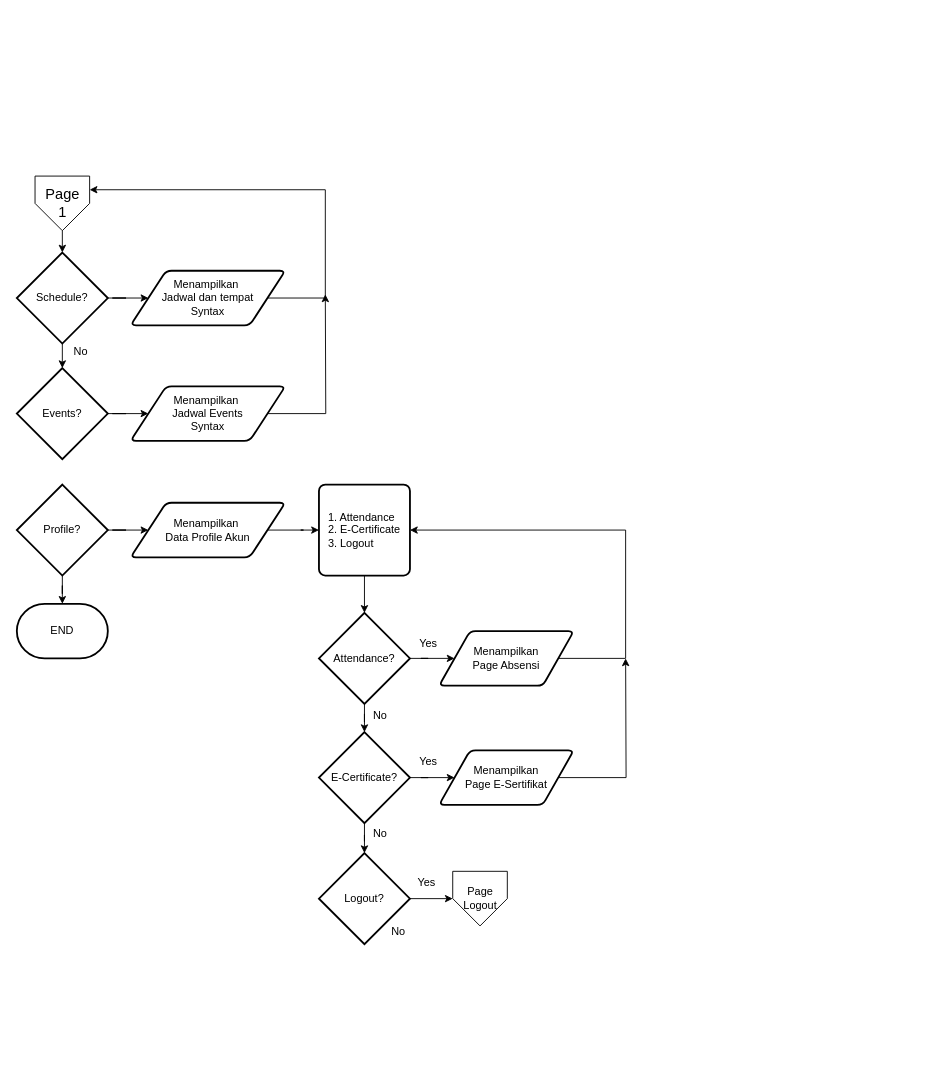
Earlier version of the draw.io diagram PG4.drawio (dapzz-id/DrawIO). Source tidied: cells renumbered, new cells numbered last; positions are measured from the earlier drawing's top-left corner, leaving out a move shared by most shapes. Both pictures are drawn from the tidied source at 91%, with x=0, y=0 at pixel (16, 176).
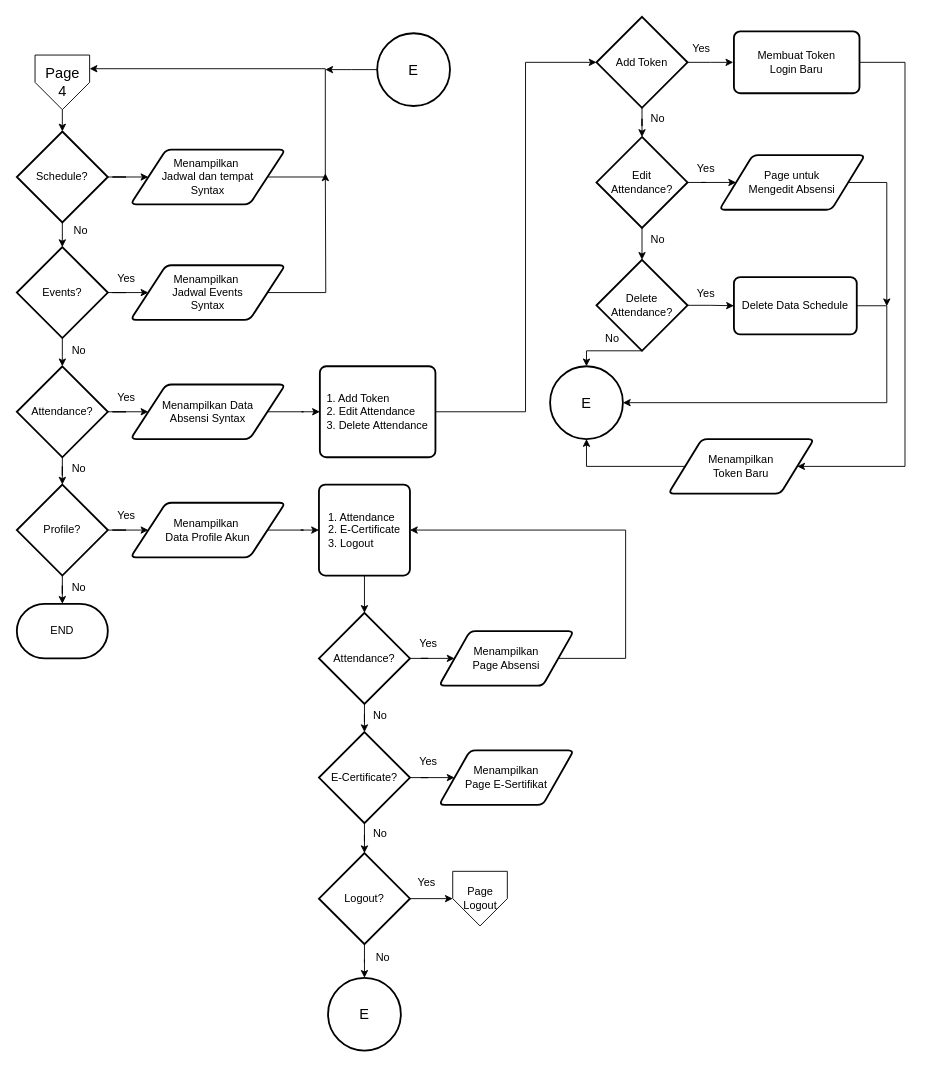
The same page after the edit.

The change refers to these unchanged cells:
```xml
<mxCell id="11" value="Profile?" style="strokeWidth=2;html=1;shape=mxgraph.flowchart.decision;whiteSpace=wrap;" parent="1" vertex="1">
  <mxGeometry y="339" width="100" height="100" as="geometry" />
</mxCell>
<mxCell id="32" value="Menampilkan&lt;div&gt;Page E-Sertifikat&lt;/div&gt;" style="shape=parallelogram;html=1;strokeWidth=2;perimeter=parallelogramPerimeter;whiteSpace=wrap;rounded=1;arcSize=12;size=0.23;" parent="1" vertex="1">
  <mxGeometry x="464" y="631" width="148" height="60" as="geometry" />
</mxCell>
<mxCell id="35" value="Logout?" style="strokeWidth=2;html=1;shape=mxgraph.flowchart.decision;whiteSpace=wrap;" parent="1" vertex="1">
  <mxGeometry x="332" y="744" width="100" height="100" as="geometry" />
</mxCell>
```

Change to the diagram source:
```diff
@@
-    <mxCell id="2" value="&lt;font style=&quot;font-size: 16px;&quot;&gt;Page&lt;/font&gt;&lt;div&gt;&lt;font style=&quot;font-size: 16px;&quot;&gt;1&lt;/font&gt;&lt;/div&gt;" style="verticalLabelPosition=middle;verticalAlign=middle;html=1;shape=offPageConnector;rounded=0;size=0.5;labelPosition=center;align=center;" parent="1" vertex="1">
-      <mxGeometry x="20" width="60" height="60" as="geometry" />
+    <mxCell id="2" value="&lt;font style=&quot;font-size: 16px;&quot;&gt;Page&lt;/font&gt;&lt;div&gt;&lt;span style=&quot;font-size: 16px;&quot;&gt;4&lt;/span&gt;&lt;/div&gt;" style="verticalLabelPosition=middle;verticalAlign=middle;html=1;shape=offPageConnector;rounded=0;size=0.5;labelPosition=center;align=center;" parent="1" vertex="1">
+      <mxGeometry x="20" y="-133" width="60" height="60" as="geometry" />
     </mxCell>
@@
     <mxCell id="4" value="Schedule?" style="strokeWidth=2;html=1;shape=mxgraph.flowchart.decision;whiteSpace=wrap;" parent="1" vertex="1">
-      <mxGeometry y="84" width="100" height="100" as="geometry" />
+      <mxGeometry y="-49" width="100" height="100" as="geometry" />
     </mxCell>
@@
+    <mxCell id="41" style="edgeStyle=orthogonalEdgeStyle;rounded=0;jettySize=auto;html=1;" parent="1" edge="1" source="7">
+      <mxGeometry relative="1" as="geometry">
+        <mxPoint x="50" y="209" as="targetPoint" />
+      </mxGeometry>
+    </mxCell>
     <mxCell id="7" value="Events?" style="strokeWidth=2;html=1;shape=mxgraph.flowchart.decision;whiteSpace=wrap;" parent="1" vertex="1">
-      <mxGeometry y="211" width="100" height="100" as="geometry" />
+      <mxGeometry y="78" width="100" height="100" as="geometry" />
     </mxCell>
@@
     <mxCell id="12" value="No" style="text;html=1;align=center;verticalAlign=middle;strokeColor=none;fillColor=none;" parent="1" vertex="1">
-      <mxGeometry x="50" y="178" width="40" height="30" as="geometry" />
+      <mxGeometry x="50" y="45" width="40" height="30" as="geometry" />
     </mxCell>
     <mxCell id="13" style="edgeStyle=orthogonalEdgeStyle;rounded=0;jettySize=auto;html=1;exitX=1;exitY=0.5;exitDx=0;exitDy=0;entryX=1;entryY=0.25;entryDx=0;entryDy=0;" parent="1" edge="1" source="14" target="2">
       <mxGeometry relative="1" as="geometry">
         <Array as="points">
-          <mxPoint x="339" y="134" />
-          <mxPoint x="339" y="15" />
+          <mxPoint x="339" y="1" />
+          <mxPoint x="339" y="-118" />
         </Array>
       </mxGeometry>
     </mxCell>
     <mxCell id="14" value="Menampilkan&amp;nbsp;&lt;div&gt;Jadwal dan tempat&lt;div&gt;Syntax&lt;/div&gt;&lt;/div&gt;" style="shape=parallelogram;html=1;strokeWidth=2;perimeter=parallelogramPerimeter;whiteSpace=wrap;rounded=1;arcSize=12;size=0.23;" parent="1" vertex="1">
-      <mxGeometry x="125" y="104" width="170" height="60" as="geometry" />
+      <mxGeometry x="125" y="-29" width="170" height="60" as="geometry" />
     </mxCell>
     <mxCell id="15" style="edgeStyle=orthogonalEdgeStyle;rounded=0;jettySize=auto;html=1;exitX=1;exitY=0.5;exitDx=0;exitDy=0;" parent="1" edge="1" source="16">
       <mxGeometry relative="1" as="geometry">
-        <mxPoint x="339" y="130" as="targetPoint" />
+        <mxPoint x="339" y="-3" as="targetPoint" />
       </mxGeometry>
     </mxCell>
     <mxCell id="16" value="Menampilkan&amp;nbsp;&lt;div&gt;Jadwal Events&lt;div&gt;Syntax&lt;/div&gt;&lt;/div&gt;" style="shape=parallelogram;html=1;strokeWidth=2;perimeter=parallelogramPerimeter;whiteSpace=wrap;rounded=1;arcSize=12;size=0.23;" parent="1" vertex="1">
-      <mxGeometry x="125" y="231" width="170" height="60" as="geometry" />
+      <mxGeometry x="125" y="98" width="170" height="60" as="geometry" />
     </mxCell>
@@
-    <mxCell id="31" style="edgeStyle=orthogonalEdgeStyle;rounded=0;jettySize=auto;html=1;exitX=1;exitY=0.5;exitDx=0;exitDy=0;" parent="1" edge="1" source="32">
-      <mxGeometry relative="1" as="geometry">
-        <mxPoint x="669" y="530" as="targetPoint" />
-      </mxGeometry>
-    </mxCell>
@@
+    <mxCell id="42" style="edgeStyle=orthogonalEdgeStyle;rounded=0;jettySize=auto;html=1;" parent="1" edge="1" source="35" target="82">
+      <mxGeometry relative="1" as="geometry" />
+    </mxCell>
@@
     <mxCell id="36" value="No" style="text;html=1;align=center;verticalAlign=middle;strokeColor=none;fillColor=none;" parent="1" vertex="1">
-      <mxGeometry x="399" y="815" width="40" height="30" as="geometry" />
+      <mxGeometry x="382" y="844" width="40" height="30" as="geometry" />
     </mxCell>
@@
+    <mxCell id="43" value="Yes" style="text;html=1;align=center;verticalAlign=middle;strokeColor=none;fillColor=none;" parent="1" vertex="1">
+      <mxGeometry x="100" y="98" width="40" height="30" as="geometry" />
+    </mxCell>
+    <mxCell id="44" value="No" style="text;html=1;align=center;verticalAlign=middle;strokeColor=none;fillColor=none;" parent="1" vertex="1">
+      <mxGeometry x="48" y="177" width="40" height="30" as="geometry" />
+    </mxCell>
+    <mxCell id="45" style="edgeStyle=orthogonalEdgeStyle;rounded=0;jettySize=auto;html=1;" parent="1" edge="1" source="47" target="49">
+      <mxGeometry relative="1" as="geometry" />
+    </mxCell>
+    <mxCell id="46" style="edgeStyle=orthogonalEdgeStyle;rounded=0;jettySize=auto;html=1;" parent="1" edge="1" source="47" target="11">
+      <mxGeometry relative="1" as="geometry" />
+    </mxCell>
+    <mxCell id="47" value="Attendance?" style="strokeWidth=2;html=1;shape=mxgraph.flowchart.decision;whiteSpace=wrap;" parent="1" vertex="1">
+      <mxGeometry y="209" width="100" height="100" as="geometry" />
+    </mxCell>
+    <mxCell id="48" style="edgeStyle=orthogonalEdgeStyle;rounded=0;jettySize=auto;html=1;" parent="1" edge="1" source="49" target="50">
+      <mxGeometry relative="1" as="geometry" />
+    </mxCell>
+    <mxCell id="49" value="Menampilkan Data&lt;div&gt;&lt;span style=&quot;background-color: initial;&quot;&gt;Absensi Syntax&lt;/span&gt;&lt;/div&gt;" style="shape=parallelogram;html=1;strokeWidth=2;perimeter=parallelogramPerimeter;whiteSpace=wrap;rounded=1;arcSize=12;size=0.23;" parent="1" vertex="1">
+      <mxGeometry x="125" y="229" width="170" height="60" as="geometry" />
+    </mxCell>
+    <mxCell id="50" value="&lt;div style=&quot;text-align: justify;&quot;&gt;&lt;span style=&quot;background-color: initial;&quot;&gt;1. Add Token&lt;/span&gt;&lt;/div&gt;&lt;div style=&quot;text-align: justify;&quot;&gt;2. Edit Attendance&lt;/div&gt;&lt;div style=&quot;text-align: justify;&quot;&gt;3. Delete Attendance&lt;/div&gt;" style="rounded=1;whiteSpace=wrap;html=1;absoluteArcSize=1;arcSize=14;strokeWidth=2;align=center;" parent="1" vertex="1">
+      <mxGeometry x="333" y="209" width="127" height="100" as="geometry" />
+    </mxCell>
+    <mxCell id="51" value="Yes" style="text;html=1;align=center;verticalAlign=middle;strokeColor=none;fillColor=none;" parent="1" vertex="1">
+      <mxGeometry x="100" y="229" width="40" height="30" as="geometry" />
+    </mxCell>
+    <mxCell id="52" style="edgeStyle=orthogonalEdgeStyle;rounded=0;jettySize=auto;html=1;" parent="1" edge="1" source="54">
+      <mxGeometry relative="1" as="geometry">
+        <mxPoint x="787.3" y="-125" as="targetPoint" />
+      </mxGeometry>
+    </mxCell>
+    <mxCell id="53" style="edgeStyle=orthogonalEdgeStyle;rounded=0;jettySize=auto;html=1;" parent="1" edge="1" source="54" target="65">
+      <mxGeometry relative="1" as="geometry" />
+    </mxCell>
+    <mxCell id="54" value="Add Token" style="strokeWidth=2;html=1;shape=mxgraph.flowchart.decision;whiteSpace=wrap;" parent="1" vertex="1">
+      <mxGeometry x="637" y="-175" width="100" height="100" as="geometry" />
+    </mxCell>
+    <mxCell id="55" value="Yes" style="text;html=1;align=center;verticalAlign=middle;strokeColor=none;fillColor=none;" parent="1" vertex="1">
+      <mxGeometry x="732" y="-155" width="40" height="30" as="geometry" />
+    </mxCell>
+    <mxCell id="56" style="edgeStyle=orthogonalEdgeStyle;rounded=0;jettySize=auto;html=1;" parent="1" edge="1" source="58" target="60">
+      <mxGeometry relative="1" as="geometry" />
+    </mxCell>
+    <mxCell id="57" style="edgeStyle=orthogonalEdgeStyle;rounded=0;jettySize=auto;html=1;exitX=0.5;exitY=1;exitDx=0;exitDy=0;exitPerimeter=0;entryX=0.5;entryY=0;entryDx=0;entryDy=0;" parent="1" edge="1" source="58" target="74">
+      <mxGeometry relative="1" as="geometry">
+        <Array as="points">
+          <mxPoint x="626" y="192" />
+        </Array>
+      </mxGeometry>
+    </mxCell>
+    <mxCell id="58" value="Delete&lt;div&gt;Attendance?&lt;/div&gt;" style="strokeWidth=2;html=1;shape=mxgraph.flowchart.decision;whiteSpace=wrap;" parent="1" vertex="1">
+      <mxGeometry x="637" y="92" width="100" height="100" as="geometry" />
+    </mxCell>
+    <mxCell id="59" style="edgeStyle=orthogonalEdgeStyle;rounded=0;jettySize=auto;html=1;exitX=1;exitY=0.5;exitDx=0;exitDy=0;entryX=1;entryY=0.5;entryDx=0;entryDy=0;" parent="1" edge="1" source="60" target="74">
+      <mxGeometry relative="1" as="geometry">
+        <Array as="points">
+          <mxPoint x="956" y="143" />
+          <mxPoint x="956" y="249" />
+        </Array>
+      </mxGeometry>
+    </mxCell>
+    <mxCell id="60" value="Delete Data Schedule" style="rounded=1;whiteSpace=wrap;html=1;absoluteArcSize=1;arcSize=14;strokeWidth=2;" parent="1" vertex="1">
+      <mxGeometry x="788" y="111" width="135" height="63" as="geometry" />
+    </mxCell>
+    <mxCell id="61" value="Yes" style="text;html=1;align=center;verticalAlign=middle;strokeColor=none;fillColor=none;" parent="1" vertex="1">
+      <mxGeometry x="737" y="114" width="40" height="30" as="geometry" />
+    </mxCell>
+    <mxCell id="62" style="edgeStyle=orthogonalEdgeStyle;rounded=0;jettySize=auto;html=1;exitX=1;exitY=0.5;exitDx=0;exitDy=0;entryX=1;entryY=0.5;entryDx=0;entryDy=0;" parent="1" edge="1" source="63" target="73">
+      <mxGeometry relative="1" as="geometry">
+        <Array as="points">
+          <mxPoint x="976" y="-125" />
+          <mxPoint x="976" y="319" />
+        </Array>
+      </mxGeometry>
+    </mxCell>
+    <mxCell id="63" value="Membuat Token&lt;div&gt;Login Baru&lt;/div&gt;" style="rounded=1;whiteSpace=wrap;html=1;absoluteArcSize=1;arcSize=14;strokeWidth=2;" parent="1" vertex="1">
+      <mxGeometry x="788" y="-159" width="138" height="68" as="geometry" />
+    </mxCell>
+    <mxCell id="64" style="edgeStyle=orthogonalEdgeStyle;rounded=0;jettySize=auto;html=1;" parent="1" edge="1" source="65" target="67">
+      <mxGeometry relative="1" as="geometry" />
+    </mxCell>
+    <mxCell id="65" value="Edit&lt;div&gt;Attendance?&lt;/div&gt;" style="strokeWidth=2;html=1;shape=mxgraph.flowchart.decision;whiteSpace=wrap;" parent="1" vertex="1">
+      <mxGeometry x="637" y="-43" width="100" height="100" as="geometry" />
+    </mxCell>
+    <mxCell id="66" style="edgeStyle=orthogonalEdgeStyle;rounded=0;jettySize=auto;html=1;exitX=1;exitY=0.5;exitDx=0;exitDy=0;" parent="1" edge="1" source="67">
+      <mxGeometry relative="1" as="geometry">
+        <mxPoint x="956" y="143" as="targetPoint" />
+        <Array as="points">
+          <mxPoint x="956" y="7" />
+        </Array>
+      </mxGeometry>
+    </mxCell>
+    <mxCell id="67" value="Page untuk&lt;div&gt;&lt;span style=&quot;background-color: initial;&quot;&gt;Mengedit Absensi&lt;/span&gt;&lt;/div&gt;" style="shape=parallelogram;html=1;strokeWidth=2;perimeter=parallelogramPerimeter;whiteSpace=wrap;rounded=1;arcSize=12;size=0.23;" parent="1" vertex="1">
+      <mxGeometry x="772" y="-23" width="160" height="60" as="geometry" />
+    </mxCell>
+    <mxCell id="68" style="edgeStyle=orthogonalEdgeStyle;rounded=0;jettySize=auto;html=1;exitX=0.5;exitY=1;exitDx=0;exitDy=0;exitPerimeter=0;entryX=0.5;entryY=0;entryDx=0;entryDy=0;entryPerimeter=0;" parent="1" edge="1" source="65" target="58">
+      <mxGeometry relative="1" as="geometry" />
+    </mxCell>
+    <mxCell id="69" value="Yes" style="text;html=1;align=center;verticalAlign=middle;strokeColor=none;fillColor=none;" parent="1" vertex="1">
+      <mxGeometry x="737" y="-23" width="40" height="30" as="geometry" />
+    </mxCell>
+    <mxCell id="70" value="No" style="text;html=1;align=center;verticalAlign=middle;strokeColor=none;fillColor=none;" parent="1" vertex="1">
+      <mxGeometry x="684" y="-78" width="40" height="30" as="geometry" />
+    </mxCell>
+    <mxCell id="71" value="No" style="text;html=1;align=center;verticalAlign=middle;strokeColor=none;fillColor=none;" parent="1" vertex="1">
+      <mxGeometry x="684" y="55" width="40" height="30" as="geometry" />
+    </mxCell>
+    <mxCell id="72" style="edgeStyle=orthogonalEdgeStyle;rounded=0;jettySize=auto;html=1;exitX=0;exitY=0.5;exitDx=0;exitDy=0;entryX=0.5;entryY=1;entryDx=0;entryDy=0;" parent="1" edge="1" source="73" target="74">
+      <mxGeometry relative="1" as="geometry" />
+    </mxCell>
+    <mxCell id="73" value="Menampilkan&lt;div&gt;Token Baru&lt;/div&gt;" style="shape=parallelogram;html=1;strokeWidth=2;perimeter=parallelogramPerimeter;whiteSpace=wrap;rounded=1;arcSize=12;size=0.23;" parent="1" vertex="1">
+      <mxGeometry x="716" y="289" width="160" height="60" as="geometry" />
+    </mxCell>
+    <mxCell id="74" value="&lt;font style=&quot;font-size: 16px;&quot;&gt;E&lt;/font&gt;" style="ellipse;whiteSpace=wrap;html=1;rounded=1;arcSize=14;strokeWidth=2;" parent="1" vertex="1">
+      <mxGeometry x="586" y="209" width="80" height="80" as="geometry" />
+    </mxCell>
+    <mxCell id="75" value="No" style="text;html=1;align=center;verticalAlign=middle;strokeColor=none;fillColor=none;" parent="1" vertex="1">
+      <mxGeometry x="634" y="164" width="40" height="30" as="geometry" />
+    </mxCell>
+    <mxCell id="76" value="No" style="text;html=1;align=center;verticalAlign=middle;strokeColor=none;fillColor=none;" parent="1" vertex="1">
+      <mxGeometry x="48" y="307" width="40" height="30" as="geometry" />
+    </mxCell>
+    <mxCell id="77" value="No" style="text;html=1;align=center;verticalAlign=middle;strokeColor=none;fillColor=none;" parent="1" vertex="1">
+      <mxGeometry x="48" y="437" width="40" height="30" as="geometry" />
+    </mxCell>
+    <mxCell id="78" value="Yes" style="text;html=1;align=center;verticalAlign=middle;strokeColor=none;fillColor=none;" parent="1" vertex="1">
+      <mxGeometry x="100" y="358" width="40" height="30" as="geometry" />
+    </mxCell>
+    <mxCell id="79" style="edgeStyle=orthogonalEdgeStyle;rounded=0;jettySize=auto;html=1;exitX=1;exitY=0.5;exitDx=0;exitDy=0;entryX=0;entryY=0.5;entryDx=0;entryDy=0;entryPerimeter=0;" parent="1" edge="1" source="50" target="54">
+      <mxGeometry relative="1" as="geometry">
+        <Array as="points">
+          <mxPoint x="559" y="259" />
+          <mxPoint x="559" y="-125" />
+        </Array>
+      </mxGeometry>
+    </mxCell>
+    <mxCell id="80" style="edgeStyle=orthogonalEdgeStyle;rounded=0;jettySize=auto;html=1;exitX=0;exitY=0.5;exitDx=0;exitDy=0;" parent="1" edge="1" source="81">
+      <mxGeometry relative="1" as="geometry">
+        <mxPoint x="339" y="-117" as="targetPoint" />
+      </mxGeometry>
+    </mxCell>
+    <mxCell id="81" value="&lt;font style=&quot;font-size: 16px;&quot;&gt;E&lt;/font&gt;" style="ellipse;whiteSpace=wrap;html=1;rounded=1;arcSize=14;strokeWidth=2;" parent="1" vertex="1">
+      <mxGeometry x="396" y="-157" width="80" height="80" as="geometry" />
+    </mxCell>
+    <mxCell id="82" value="&lt;font style=&quot;font-size: 16px;&quot;&gt;E&lt;/font&gt;" style="ellipse;whiteSpace=wrap;html=1;rounded=1;arcSize=14;strokeWidth=2;" parent="1" vertex="1">
+      <mxGeometry x="342" y="881" width="80" height="80" as="geometry" />
+    </mxCell>
```
